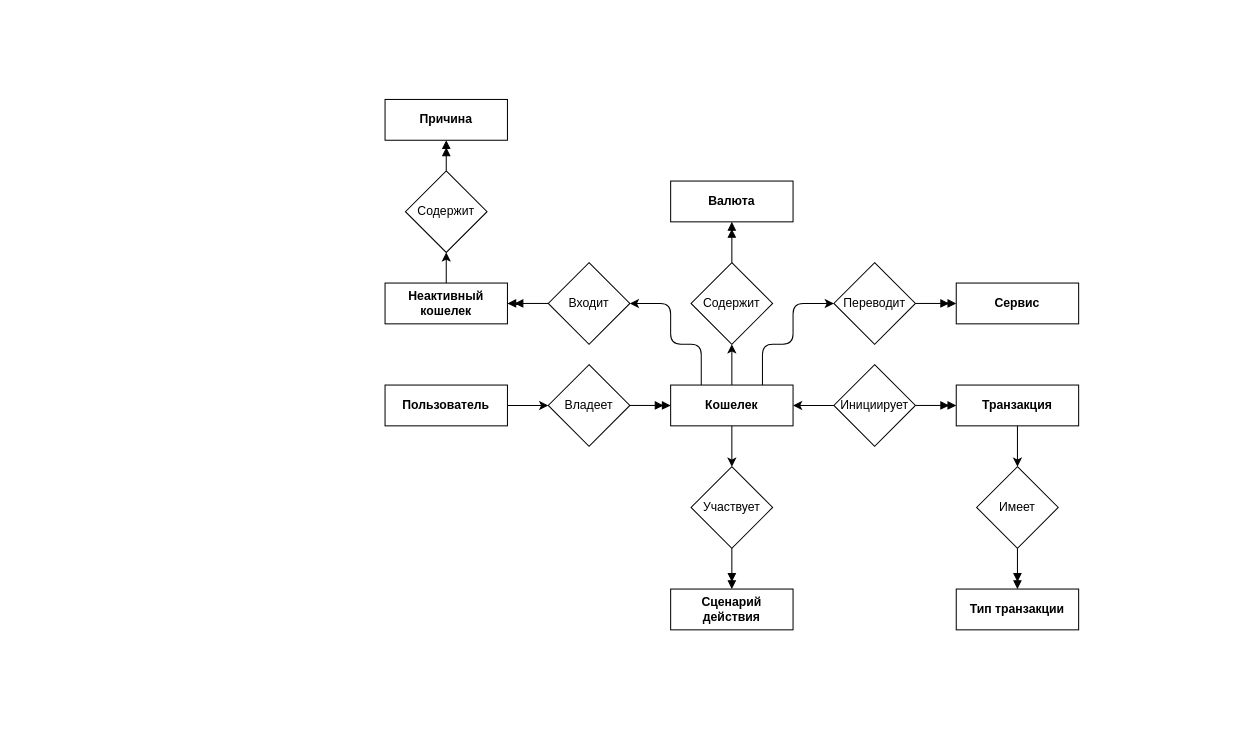
Before: docs/UML/conceptual_model.drawio in unkn-s0urc3/crypto-wallet-db, a draw.io diagram. Source tidied: cells renumbered, new cells numbered last; positions are measured from the earlier drawing's top-left corner, leaving out a move shared by most shapes. Both pictures are drawn from the tidied source at 102%, with x=0, y=0 at pixel (385, 99).
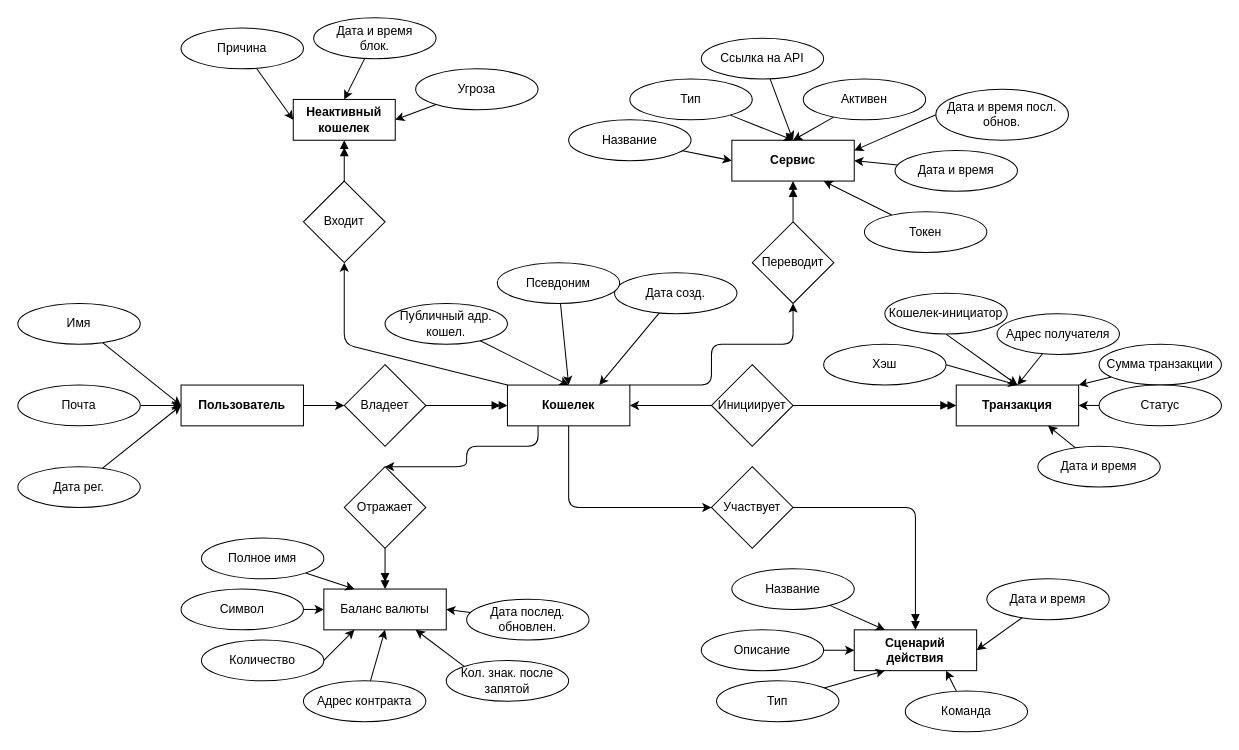
Above is the later version.

Commit message:
Add attributes to entities

The change refers to these unchanged cells:
```xml
<mxCell id="8" value="&lt;strong&gt;Транзакция&lt;/strong&gt;" style="rounded=0;whiteSpace=wrap;html=1;" parent="1" vertex="1">
  <mxGeometry x="560" y="280" width="120" height="40" as="geometry" />
</mxCell>
```

Diff of the diagram source:
```diff
@@
-    <mxCell id="2" style="edgeStyle=none;html=1;entryX=0.5;entryY=1;entryDx=0;entryDy=0;" parent="1" edge="1" source="6" target="17">
-      <mxGeometry relative="1" as="geometry" />
-    </mxCell>
-    <mxCell id="3" style="edgeStyle=none;html=1;entryX=0.5;entryY=0;entryDx=0;entryDy=0;" parent="1" edge="1" source="6" target="20">
-      <mxGeometry relative="1" as="geometry" />
+    <mxCell id="3" style="edgeStyle=none;html=1;entryX=0;entryY=0.5;entryDx=0;entryDy=0;" parent="1" edge="1" source="6" target="20">
+      <mxGeometry relative="1" as="geometry">
+        <Array as="points">
+          <mxPoint x="180" y="360" />
+          <mxPoint x="180" y="400" />
+          <mxPoint x="220" y="400" />
+          <mxPoint x="280" y="400" />
+        </Array>
+      </mxGeometry>
     </mxCell>
+    <mxCell id="35" style="edgeStyle=none;html=1;exitX=0.25;exitY=1;exitDx=0;exitDy=0;entryX=0.5;entryY=0;entryDx=0;entryDy=0;" parent="1" edge="1" source="6" target="62">
+      <mxGeometry relative="1" as="geometry">
+        <Array as="points">
+          <mxPoint x="150" y="340" />
+          <mxPoint x="80" y="340" />
+          <mxPoint x="80" y="360" />
+        </Array>
+      </mxGeometry>
+    </mxCell>
-    <mxCell id="4" style="edgeStyle=none;html=1;exitX=0.75;exitY=0;exitDx=0;exitDy=0;entryX=0;entryY=0.5;entryDx=0;entryDy=0;" parent="1" edge="1" source="6" target="27">
+    <mxCell id="4" style="edgeStyle=none;html=1;exitX=1;exitY=0;exitDx=0;exitDy=0;entryX=0.5;entryY=1;entryDx=0;entryDy=0;" parent="1" edge="1" source="6" target="27">
       <mxGeometry relative="1" as="geometry">
         <Array as="points">
-          <mxPoint x="370" y="240" />
+          <mxPoint x="320" y="280" />
+          <mxPoint x="320" y="240" />
           <mxPoint x="400" y="240" />
-          <mxPoint x="400" y="200" />
         </Array>
       </mxGeometry>
     </mxCell>
-    <mxCell id="5" style="edgeStyle=none;html=1;exitX=0.25;exitY=0;exitDx=0;exitDy=0;entryX=1;entryY=0.5;entryDx=0;entryDy=0;" parent="1" edge="1" source="6" target="31">
+    <mxCell id="5" style="edgeStyle=none;html=1;exitX=0;exitY=0;exitDx=0;exitDy=0;entryX=0.5;entryY=1;entryDx=0;entryDy=0;" parent="1" edge="1" source="6" target="31">
       <mxGeometry relative="1" as="geometry">
         <Array as="points">
-          <mxPoint x="310" y="240" />
-          <mxPoint x="280" y="240" />
-          <mxPoint x="280" y="200" />
+          <mxPoint x="-40" y="240" />
         </Array>
       </mxGeometry>
     </mxCell>
     <mxCell id="6" value="&lt;strong&gt;Кошелек&lt;/strong&gt;" style="rounded=0;whiteSpace=wrap;html=1;" parent="1" vertex="1">
-      <mxGeometry x="280" y="280" width="120" height="40" as="geometry" />
+      <mxGeometry x="120" y="280" width="120" height="40" as="geometry" />
     </mxCell>
-    <mxCell id="7" style="edgeStyle=none;html=1;entryX=0.5;entryY=0;entryDx=0;entryDy=0;" parent="1" edge="1" source="8" target="14">
-      <mxGeometry relative="1" as="geometry" />
-    </mxCell>
@@
-    <mxCell id="9" value="&lt;strong&gt;Тип транзакции&lt;/strong&gt;" style="rounded=0;whiteSpace=wrap;html=1;" parent="1" vertex="1">
-      <mxGeometry x="560" y="480" width="120" height="40" as="geometry" />
-    </mxCell>
@@
     <mxCell id="12" value="Инициирует" style="rhombus;whiteSpace=wrap;html=1;" parent="1" vertex="1">
-      <mxGeometry x="440" y="260" width="80" height="80" as="geometry" />
+      <mxGeometry x="320" y="260" width="80" height="80" as="geometry" />
     </mxCell>
-    <mxCell id="13" style="edgeStyle=none;html=1;entryX=0.5;entryY=0;entryDx=0;entryDy=0;endArrow=doubleBlock;endFill=1;" parent="1" edge="1" source="14" target="9">
-      <mxGeometry relative="1" as="geometry" />
-    </mxCell>
-    <mxCell id="14" value="Имеет" style="rhombus;whiteSpace=wrap;html=1;" parent="1" vertex="1">
-      <mxGeometry x="580" y="360" width="80" height="80" as="geometry" />
-    </mxCell>
-    <mxCell id="15" value="&lt;strong&gt;Валюта&lt;/strong&gt;" style="rounded=0;whiteSpace=wrap;html=1;" parent="1" vertex="1">
-      <mxGeometry x="280" y="80" width="120" height="40" as="geometry" />
-    </mxCell>
-    <mxCell id="16" style="edgeStyle=none;html=1;entryX=0.5;entryY=1;entryDx=0;entryDy=0;endArrow=doubleBlock;endFill=1;" parent="1" edge="1" source="17" target="15">
-      <mxGeometry relative="1" as="geometry" />
-    </mxCell>
-    <mxCell id="17" value="Содержит" style="rhombus;whiteSpace=wrap;html=1;" parent="1" vertex="1">
-      <mxGeometry x="300" y="160" width="80" height="80" as="geometry" />
-    </mxCell>
     <mxCell id="18" value="&lt;strong&gt;Сценарий действия&lt;/strong&gt;" style="rounded=0;whiteSpace=wrap;html=1;" parent="1" vertex="1">
-      <mxGeometry x="280" y="480" width="120" height="40" as="geometry" />
+      <mxGeometry x="460" y="520" width="120" height="40" as="geometry" />
     </mxCell>
-    <mxCell id="19" style="edgeStyle=none;html=1;entryX=0.5;entryY=0;entryDx=0;entryDy=0;endArrow=doubleBlock;endFill=1;" parent="1" edge="1" source="20" target="18">
-      <mxGeometry relative="1" as="geometry" />
+    <mxCell id="19" style="edgeStyle=none;html=1;entryX=0.5;entryY=0;entryDx=0;entryDy=0;endArrow=doubleBlock;endFill=1;exitX=1;exitY=0.5;exitDx=0;exitDy=0;" parent="1" edge="1" source="20" target="18">
+      <mxGeometry relative="1" as="geometry">
+        <Array as="points">
+          <mxPoint x="520" y="400" />
+        </Array>
+      </mxGeometry>
     </mxCell>
     <mxCell id="20" value="Участвует" style="rhombus;whiteSpace=wrap;html=1;" parent="1" vertex="1">
-      <mxGeometry x="300" y="360" width="80" height="80" as="geometry" />
+      <mxGeometry x="320" y="360" width="80" height="80" as="geometry" />
     </mxCell>
@@
     <mxCell id="22" value="&lt;b&gt;Пользователь&lt;/b&gt;" style="rounded=0;whiteSpace=wrap;html=1;" parent="1" vertex="1">
-      <mxGeometry y="280" width="120" height="40" as="geometry" />
+      <mxGeometry x="-200" y="280" width="120" height="40" as="geometry" />
     </mxCell>
@@
     <mxCell id="24" value="Владеет" style="rhombus;whiteSpace=wrap;html=1;" parent="1" vertex="1">
-      <mxGeometry x="160" y="260" width="80" height="80" as="geometry" />
+      <mxGeometry x="-40" y="260" width="80" height="80" as="geometry" />
     </mxCell>
     <mxCell id="25" value="&lt;strong&gt;Сервис&lt;/strong&gt;" style="rounded=0;whiteSpace=wrap;html=1;" parent="1" vertex="1">
-      <mxGeometry x="560" y="180" width="120" height="40" as="geometry" />
+      <mxGeometry x="340" y="40" width="120" height="40" as="geometry" />
     </mxCell>
-    <mxCell id="26" style="edgeStyle=none;html=1;entryX=0;entryY=0.5;entryDx=0;entryDy=0;endArrow=doubleBlock;endFill=1;" parent="1" edge="1" source="27" target="25">
+    <mxCell id="26" style="edgeStyle=none;html=1;entryX=0.5;entryY=1;entryDx=0;entryDy=0;endArrow=doubleBlock;endFill=1;" parent="1" edge="1" source="27" target="25">
       <mxGeometry relative="1" as="geometry" />
     </mxCell>
     <mxCell id="27" value="Переводит" style="rhombus;whiteSpace=wrap;html=1;" parent="1" vertex="1">
-      <mxGeometry x="440" y="160" width="80" height="80" as="geometry" />
+      <mxGeometry x="360" y="120" width="80" height="80" as="geometry" />
     </mxCell>
-    <mxCell id="28" style="edgeStyle=none;html=1;entryX=0.5;entryY=1;entryDx=0;entryDy=0;" parent="1" edge="1" source="29" target="33">
-      <mxGeometry relative="1" as="geometry" />
-    </mxCell>
     <mxCell id="29" value="&lt;strong&gt;Неактивный кошелек&lt;/strong&gt;" style="rounded=0;whiteSpace=wrap;html=1;" parent="1" vertex="1">
-      <mxGeometry y="180" width="120" height="40" as="geometry" />
+      <mxGeometry x="-90" width="100" height="40" as="geometry" />
     </mxCell>
-    <mxCell id="30" style="edgeStyle=none;html=1;entryX=1;entryY=0.5;entryDx=0;entryDy=0;endArrow=doubleBlock;endFill=1;" parent="1" edge="1" source="31" target="29">
+    <mxCell id="30" style="edgeStyle=none;html=1;entryX=0.5;entryY=1;entryDx=0;entryDy=0;endArrow=doubleBlock;endFill=1;exitX=0.5;exitY=0;exitDx=0;exitDy=0;" parent="1" edge="1" source="31" target="29">
       <mxGeometry relative="1" as="geometry" />
     </mxCell>
     <mxCell id="31" value="Входит" style="rhombus;whiteSpace=wrap;html=1;" parent="1" vertex="1">
-      <mxGeometry x="160" y="160" width="80" height="80" as="geometry" />
+      <mxGeometry x="-80" y="80" width="80" height="80" as="geometry" />
     </mxCell>
-    <mxCell id="32" style="edgeStyle=none;html=1;entryX=0.5;entryY=1;entryDx=0;entryDy=0;endArrow=doubleBlock;endFill=1;" parent="1" edge="1" source="33" target="34">
-      <mxGeometry relative="1" as="geometry" />
-    </mxCell>
-    <mxCell id="33" value="Содержит" style="rhombus;whiteSpace=wrap;html=1;" parent="1" vertex="1">
-      <mxGeometry x="20" y="70" width="80" height="80" as="geometry" />
-    </mxCell>
+    <mxCell id="36" style="edgeStyle=none;html=1;entryX=0;entryY=0.5;entryDx=0;entryDy=0;" parent="1" edge="1" source="37" target="22">
+      <mxGeometry relative="1" as="geometry" />
+    </mxCell>
+    <mxCell id="37" value="Имя" style="ellipse;whiteSpace=wrap;html=1;" parent="1" vertex="1">
+      <mxGeometry x="-360" y="200" width="120" height="40" as="geometry" />
+    </mxCell>
+    <mxCell id="38" style="edgeStyle=none;html=1;entryX=0;entryY=0.5;entryDx=0;entryDy=0;" parent="1" edge="1" source="39" target="22">
+      <mxGeometry relative="1" as="geometry" />
+    </mxCell>
+    <mxCell id="39" value="Почта" style="ellipse;whiteSpace=wrap;html=1;" parent="1" vertex="1">
+      <mxGeometry x="-360" y="280" width="120" height="40" as="geometry" />
+    </mxCell>
+    <mxCell id="40" style="edgeStyle=none;html=1;entryX=0;entryY=0.5;entryDx=0;entryDy=0;" parent="1" edge="1" source="41" target="22">
+      <mxGeometry relative="1" as="geometry" />
+    </mxCell>
+    <mxCell id="41" value="Дата рег." style="ellipse;whiteSpace=wrap;html=1;" parent="1" vertex="1">
+      <mxGeometry x="-360" y="360" width="120" height="40" as="geometry" />
+    </mxCell>
+    <mxCell id="42" style="edgeStyle=none;html=1;entryX=0.5;entryY=0;entryDx=0;entryDy=0;" parent="1" edge="1" source="43" target="6">
+      <mxGeometry relative="1" as="geometry" />
+    </mxCell>
+    <mxCell id="43" value="Публичный адр. кошел." style="ellipse;whiteSpace=wrap;html=1;" parent="1" vertex="1">
+      <mxGeometry y="200" width="120" height="40" as="geometry" />
+    </mxCell>
+    <mxCell id="44" style="edgeStyle=none;html=1;entryX=0.75;entryY=0;entryDx=0;entryDy=0;" parent="1" edge="1" source="45" target="6">
+      <mxGeometry relative="1" as="geometry" />
+    </mxCell>
+    <mxCell id="45" value="Дата созд." style="ellipse;whiteSpace=wrap;html=1;" parent="1" vertex="1">
+      <mxGeometry x="225" y="170" width="120" height="40" as="geometry" />
+    </mxCell>
+    <mxCell id="46" style="edgeStyle=none;html=1;entryX=0.5;entryY=0;entryDx=0;entryDy=0;exitX=1;exitY=0.5;exitDx=0;exitDy=0;" parent="1" edge="1" source="47" target="8">
+      <mxGeometry relative="1" as="geometry" />
+    </mxCell>
+    <mxCell id="47" value="Хэш" style="ellipse;whiteSpace=wrap;html=1;" parent="1" vertex="1">
+      <mxGeometry x="430" y="240" width="120" height="40" as="geometry" />
+    </mxCell>
+    <mxCell id="48" style="edgeStyle=none;html=1;exitX=0.5;exitY=1;exitDx=0;exitDy=0;entryX=0.5;entryY=0;entryDx=0;entryDy=0;" parent="1" edge="1" source="49" target="8">
+      <mxGeometry relative="1" as="geometry" />
+    </mxCell>
+    <mxCell id="49" value="Кошелек-инициатор" style="ellipse;whiteSpace=wrap;html=1;" parent="1" vertex="1">
+      <mxGeometry x="490" y="190" width="120" height="40" as="geometry" />
+    </mxCell>
+    <mxCell id="50" style="edgeStyle=none;html=1;entryX=0.5;entryY=0;entryDx=0;entryDy=0;" parent="1" edge="1" source="51" target="8">
+      <mxGeometry relative="1" as="geometry" />
+    </mxCell>
+    <mxCell id="51" value="Адрес получателя" style="ellipse;whiteSpace=wrap;html=1;" parent="1" vertex="1">
+      <mxGeometry x="600" y="210" width="120" height="40" as="geometry" />
+    </mxCell>
+    <mxCell id="52" style="edgeStyle=none;html=1;entryX=1;entryY=0;entryDx=0;entryDy=0;" parent="1" edge="1" source="53" target="8">
+      <mxGeometry relative="1" as="geometry" />
+    </mxCell>
+    <mxCell id="53" value="Сумма транзакции" style="ellipse;whiteSpace=wrap;html=1;" parent="1" vertex="1">
+      <mxGeometry x="700" y="240" width="120" height="40" as="geometry" />
+    </mxCell>
+    <mxCell id="54" style="edgeStyle=none;html=1;entryX=1;entryY=0.5;entryDx=0;entryDy=0;" parent="1" edge="1" source="55" target="8">
+      <mxGeometry relative="1" as="geometry" />
+    </mxCell>
+    <mxCell id="55" value="Статус" style="ellipse;whiteSpace=wrap;html=1;" parent="1" vertex="1">
+      <mxGeometry x="700" y="280" width="120" height="40" as="geometry" />
+    </mxCell>
+    <mxCell id="56" style="edgeStyle=none;html=1;entryX=0.75;entryY=1;entryDx=0;entryDy=0;" parent="1" edge="1" source="57" target="8">
+      <mxGeometry relative="1" as="geometry" />
+    </mxCell>
+    <mxCell id="57" value="Дата и время" style="ellipse;whiteSpace=wrap;html=1;" parent="1" vertex="1">
+      <mxGeometry x="640" y="340" width="120" height="40" as="geometry" />
+    </mxCell>
+    <mxCell id="58" style="edgeStyle=none;html=1;entryX=0.5;entryY=0;entryDx=0;entryDy=0;" parent="1" edge="1" source="59" target="6">
+      <mxGeometry relative="1" as="geometry" />
+    </mxCell>
+    <mxCell id="59" value="Псевдоним " style="ellipse;whiteSpace=wrap;html=1;" parent="1" vertex="1">
+      <mxGeometry x="110" y="160" width="120" height="40" as="geometry" />
+    </mxCell>
+    <mxCell id="60" value="Баланс валюты" style="rounded=0;whiteSpace=wrap;html=1;" parent="1" vertex="1">
+      <mxGeometry x="-60" y="480" width="120" height="40" as="geometry" />
+    </mxCell>
+    <mxCell id="61" style="edgeStyle=none;html=1;entryX=0.5;entryY=0;entryDx=0;entryDy=0;endArrow=doubleBlock;endFill=1;" parent="1" edge="1" source="62" target="60">
+      <mxGeometry relative="1" as="geometry" />
+    </mxCell>
+    <mxCell id="62" value="Отражает" style="rhombus;whiteSpace=wrap;html=1;" parent="1" vertex="1">
+      <mxGeometry x="-40" y="360" width="80" height="80" as="geometry" />
+    </mxCell>
+    <mxCell id="63" style="edgeStyle=none;html=1;entryX=0;entryY=0.5;entryDx=0;entryDy=0;" parent="1" edge="1" source="64" target="60">
+      <mxGeometry relative="1" as="geometry" />
+    </mxCell>
+    <mxCell id="64" value="Символ" style="ellipse;whiteSpace=wrap;html=1;" parent="1" vertex="1">
+      <mxGeometry x="-200" y="480" width="120" height="40" as="geometry" />
+    </mxCell>
+    <mxCell id="65" style="edgeStyle=none;html=1;entryX=0.25;entryY=0;entryDx=0;entryDy=0;" parent="1" edge="1" source="66" target="60">
+      <mxGeometry relative="1" as="geometry" />
+    </mxCell>
+    <mxCell id="66" value="Полное имя" style="ellipse;whiteSpace=wrap;html=1;" parent="1" vertex="1">
+      <mxGeometry x="-180" y="430" width="120" height="40" as="geometry" />
+    </mxCell>
+    <mxCell id="67" style="edgeStyle=none;html=1;entryX=0.5;entryY=1;entryDx=0;entryDy=0;" parent="1" edge="1" source="68" target="60">
+      <mxGeometry relative="1" as="geometry" />
+    </mxCell>
+    <mxCell id="68" value="Адрес контракта" style="ellipse;whiteSpace=wrap;html=1;" parent="1" vertex="1">
+      <mxGeometry x="-80" y="570" width="120" height="40" as="geometry" />
+    </mxCell>
+    <mxCell id="69" style="edgeStyle=none;html=1;exitX=1;exitY=0.5;exitDx=0;exitDy=0;entryX=0.25;entryY=1;entryDx=0;entryDy=0;" parent="1" edge="1" source="70" target="60">
+      <mxGeometry relative="1" as="geometry" />
+    </mxCell>
+    <mxCell id="70" value="Количество" style="ellipse;whiteSpace=wrap;html=1;" parent="1" vertex="1">
+      <mxGeometry x="-180" y="530" width="120" height="40" as="geometry" />
+    </mxCell>
+    <mxCell id="71" style="edgeStyle=none;html=1;exitX=0;exitY=0;exitDx=0;exitDy=0;entryX=0.75;entryY=1;entryDx=0;entryDy=0;" parent="1" edge="1" source="72" target="60">
+      <mxGeometry relative="1" as="geometry" />
+    </mxCell>
+    <mxCell id="72" value="Кол. знак. после запятой" style="ellipse;whiteSpace=wrap;html=1;" parent="1" vertex="1">
+      <mxGeometry x="60" y="550" width="120" height="40" as="geometry" />
+    </mxCell>
+    <mxCell id="73" style="edgeStyle=none;html=1;entryX=1;entryY=0.5;entryDx=0;entryDy=0;" parent="1" edge="1" source="74" target="60">
+      <mxGeometry relative="1" as="geometry" />
+    </mxCell>
+    <mxCell id="74" value="Дата послед. обновлен." style="ellipse;whiteSpace=wrap;html=1;" parent="1" vertex="1">
+      <mxGeometry x="80" y="490" width="120" height="40" as="geometry" />
+    </mxCell>
+    <mxCell id="75" style="edgeStyle=none;html=1;entryX=0.25;entryY=1;entryDx=0;entryDy=0;" parent="1" edge="1" source="76" target="18">
+      <mxGeometry relative="1" as="geometry" />
+    </mxCell>
+    <mxCell id="76" value="Тип" style="ellipse;whiteSpace=wrap;html=1;" parent="1" vertex="1">
+      <mxGeometry x="325" y="570" width="120" height="40" as="geometry" />
+    </mxCell>
+    <mxCell id="77" style="edgeStyle=none;html=1;entryX=0.25;entryY=0;entryDx=0;entryDy=0;" parent="1" edge="1" source="78" target="18">
+      <mxGeometry relative="1" as="geometry" />
+    </mxCell>
+    <mxCell id="78" value="Название" style="ellipse;whiteSpace=wrap;html=1;" parent="1" vertex="1">
+      <mxGeometry x="340" y="460" width="120" height="40" as="geometry" />
+    </mxCell>
+    <mxCell id="79" style="edgeStyle=none;html=1;entryX=0;entryY=0.5;entryDx=0;entryDy=0;" parent="1" edge="1" source="80" target="18">
+      <mxGeometry relative="1" as="geometry" />
+    </mxCell>
+    <mxCell id="80" value="Описание" style="ellipse;whiteSpace=wrap;html=1;" parent="1" vertex="1">
+      <mxGeometry x="310" y="520" width="120" height="40" as="geometry" />
+    </mxCell>
+    <mxCell id="81" style="edgeStyle=none;html=1;entryX=1;entryY=0.5;entryDx=0;entryDy=0;" parent="1" edge="1" source="82" target="18">
+      <mxGeometry relative="1" as="geometry" />
+    </mxCell>
+    <mxCell id="82" value="Дата и время" style="ellipse;whiteSpace=wrap;html=1;" parent="1" vertex="1">
+      <mxGeometry x="590" y="470" width="120" height="40" as="geometry" />
+    </mxCell>
+    <mxCell id="83" style="edgeStyle=none;html=1;entryX=0.75;entryY=1;entryDx=0;entryDy=0;" parent="1" edge="1" source="84" target="18">
+      <mxGeometry relative="1" as="geometry" />
+    </mxCell>
+    <mxCell id="84" value="Команда" style="ellipse;whiteSpace=wrap;html=1;" parent="1" vertex="1">
+      <mxGeometry x="510" y="580" width="120" height="40" as="geometry" />
+    </mxCell>
+    <mxCell id="85" style="edgeStyle=none;html=1;entryX=0;entryY=0.5;entryDx=0;entryDy=0;" parent="1" edge="1" source="86" target="25">
+      <mxGeometry relative="1" as="geometry" />
+    </mxCell>
+    <mxCell id="86" value="Название" style="ellipse;whiteSpace=wrap;html=1;" parent="1" vertex="1">
+      <mxGeometry x="180" y="20" width="120" height="40" as="geometry" />
+    </mxCell>
+    <mxCell id="87" style="edgeStyle=none;html=1;entryX=0.5;entryY=0;entryDx=0;entryDy=0;" parent="1" edge="1" source="88" target="25">
+      <mxGeometry relative="1" as="geometry" />
+    </mxCell>
+    <mxCell id="88" value="Тип" style="ellipse;whiteSpace=wrap;html=1;" parent="1" vertex="1">
+      <mxGeometry x="240" y="-20" width="120" height="40" as="geometry" />
+    </mxCell>
+    <mxCell id="89" style="edgeStyle=none;html=1;entryX=0.5;entryY=0;entryDx=0;entryDy=0;" parent="1" edge="1" source="90" target="25">
+      <mxGeometry relative="1" as="geometry" />
+    </mxCell>
+    <mxCell id="90" value="Ссылка на API" style="ellipse;whiteSpace=wrap;html=1;" parent="1" vertex="1">
+      <mxGeometry x="310" y="-60" width="120" height="40" as="geometry" />
+    </mxCell>
+    <mxCell id="91" style="edgeStyle=none;html=1;entryX=0.5;entryY=0;entryDx=0;entryDy=0;" parent="1" edge="1" source="92" target="25">
+      <mxGeometry relative="1" as="geometry" />
+    </mxCell>
+    <mxCell id="92" value="Активен" style="ellipse;whiteSpace=wrap;html=1;" parent="1" vertex="1">
+      <mxGeometry x="410" y="-20" width="120" height="40" as="geometry" />
+    </mxCell>
+    <mxCell id="93" style="edgeStyle=none;html=1;entryX=1;entryY=0.5;entryDx=0;entryDy=0;" parent="1" edge="1" source="94" target="25">
+      <mxGeometry relative="1" as="geometry" />
+    </mxCell>
+    <mxCell id="94" value="Дата и время" style="ellipse;whiteSpace=wrap;html=1;" parent="1" vertex="1">
+      <mxGeometry x="500" y="50" width="120" height="40" as="geometry" />
+    </mxCell>
+    <mxCell id="95" style="edgeStyle=none;html=1;exitX=0;exitY=0.5;exitDx=0;exitDy=0;entryX=1;entryY=0.25;entryDx=0;entryDy=0;" parent="1" edge="1" source="96" target="25">
+      <mxGeometry relative="1" as="geometry" />
+    </mxCell>
+    <mxCell id="96" value="Дата и время посл.&lt;div&gt;обнов.&lt;/div&gt;" style="ellipse;whiteSpace=wrap;html=1;" parent="1" vertex="1">
+      <mxGeometry x="540" y="-10" width="130" height="50" as="geometry" />
+    </mxCell>
+    <mxCell id="97" style="edgeStyle=none;html=1;entryX=0.75;entryY=1;entryDx=0;entryDy=0;" parent="1" edge="1" source="98" target="25">
+      <mxGeometry relative="1" as="geometry" />
+    </mxCell>
+    <mxCell id="98" value="Токен" style="ellipse;whiteSpace=wrap;html=1;" parent="1" vertex="1">
+      <mxGeometry x="470" y="110" width="120" height="40" as="geometry" />
+    </mxCell>
+    <mxCell id="99" style="edgeStyle=none;html=1;entryX=0;entryY=0.5;entryDx=0;entryDy=0;" parent="1" edge="1" source="34" target="29">
+      <mxGeometry relative="1" as="geometry" />
+    </mxCell>
-    <mxCell id="34" value="&lt;strong&gt;Причина&lt;/strong&gt;" style="rounded=0;whiteSpace=wrap;html=1;" parent="1" vertex="1">
-      <mxGeometry width="120" height="40" as="geometry" />
+    <mxCell id="34" value="Причина" style="ellipse;whiteSpace=wrap;html=1;" parent="1" vertex="1">
+      <mxGeometry x="-200" y="-70" width="120" height="40" as="geometry" />
     </mxCell>
+    <mxCell id="100" style="edgeStyle=none;html=1;entryX=0.5;entryY=0;entryDx=0;entryDy=0;" parent="1" edge="1" source="101" target="29">
+      <mxGeometry relative="1" as="geometry" />
+    </mxCell>
+    <mxCell id="101" value="Дата и время&lt;div&gt;блок.&lt;/div&gt;" style="ellipse;whiteSpace=wrap;html=1;" parent="1" vertex="1">
+      <mxGeometry x="-70" y="-80" width="120" height="40" as="geometry" />
+    </mxCell>
+    <mxCell id="102" style="edgeStyle=none;html=1;entryX=1;entryY=0.5;entryDx=0;entryDy=0;" parent="1" edge="1" source="103" target="29">
+      <mxGeometry relative="1" as="geometry" />
+    </mxCell>
+    <mxCell id="103" value="Угроза" style="ellipse;whiteSpace=wrap;html=1;" parent="1" vertex="1">
+      <mxGeometry x="30" y="-30" width="120" height="40" as="geometry" />
+    </mxCell>
```
